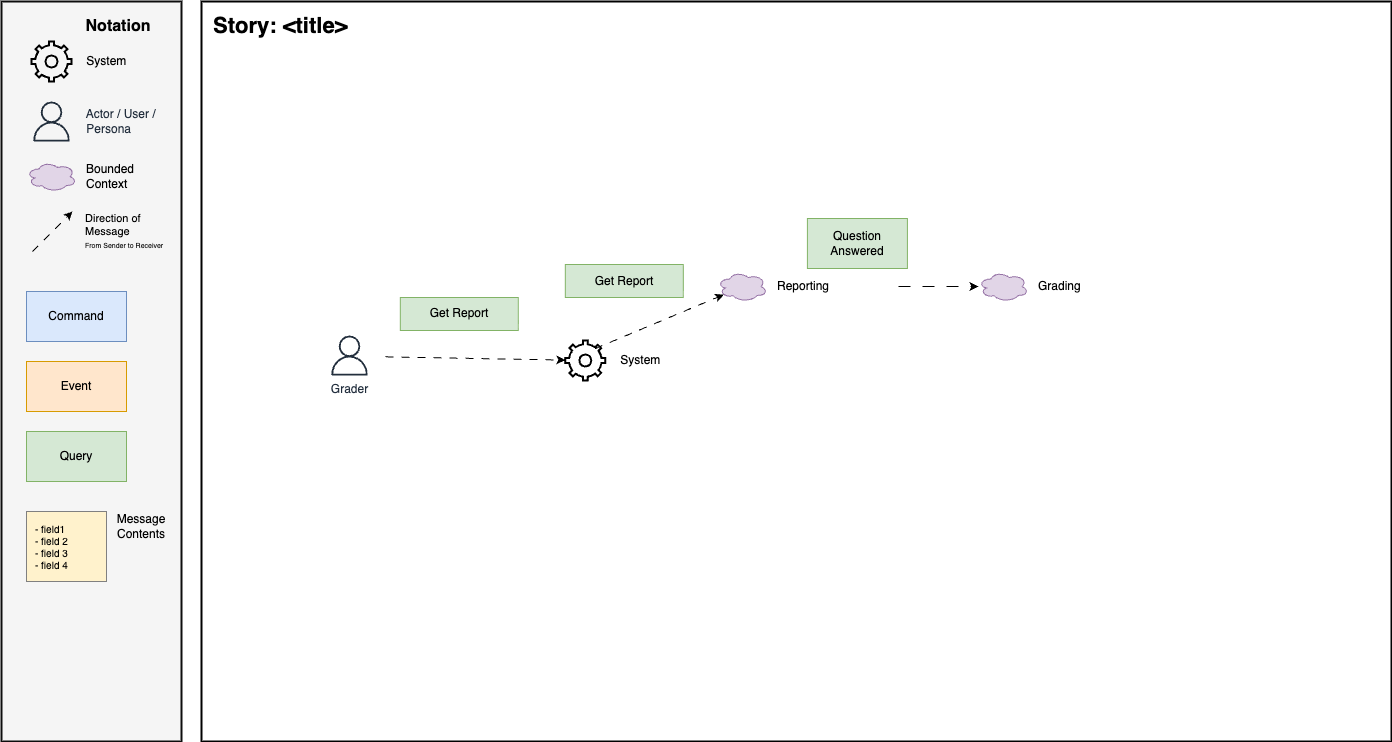
This is docs/docs/domain_modelling/_img/kata_domain_message_flows/administrator_views_report.drawio.png from cooperlutz/go-full, a draw.io export, as it was before one commit. Source tidied: cells renumbered, new cells last; positions are measured from the earlier drawing's top-left corner, leaving out a move shared by most shapes.
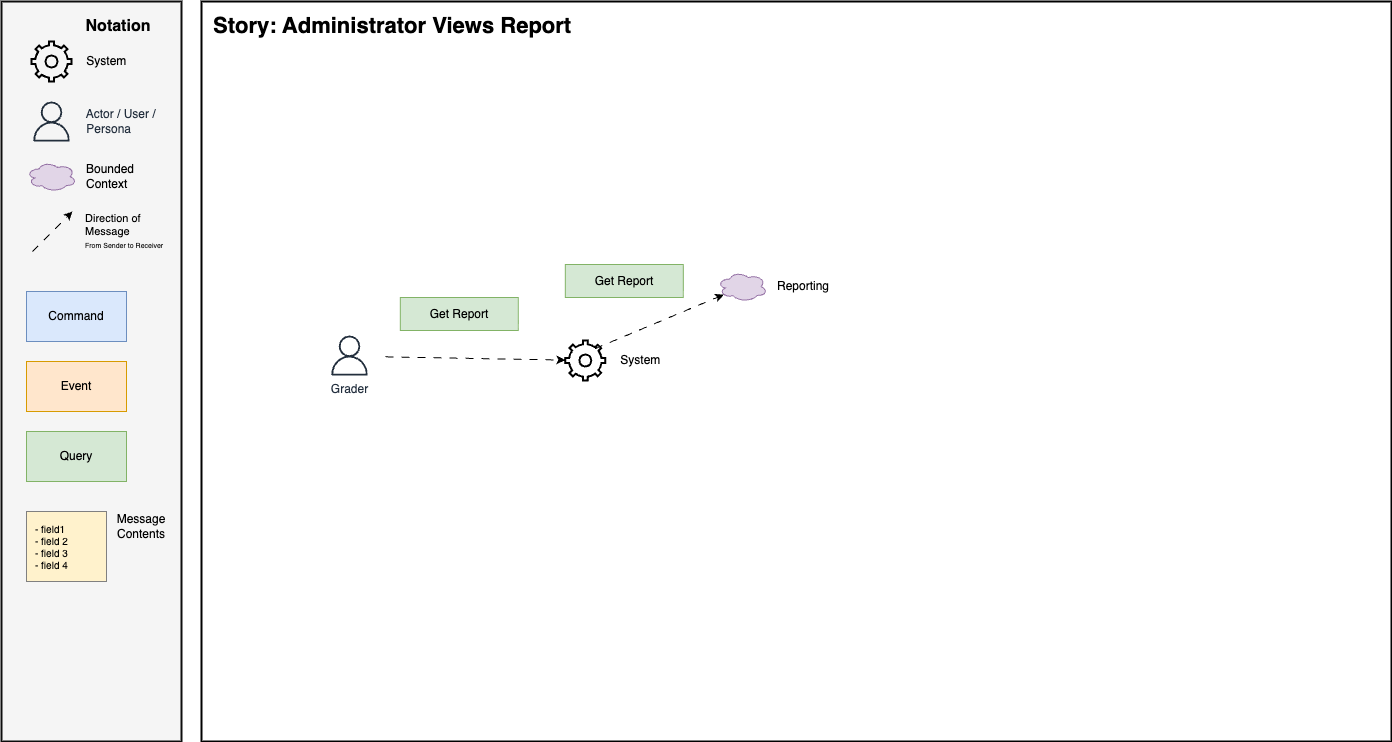
After the commit.

What changed in the source:
```diff
@@ -41,7 +41,7 @@
     <mxCell id="13" value="Message&lt;br&gt;Contents" style="text;html=1;strokeColor=none;fillColor=none;align=center;verticalAlign=middle;whiteSpace=wrap;rounded=0;" parent="1" vertex="1">
       <mxGeometry x="110" y="510" width="60" height="30" as="geometry" />
     </mxCell>
-    <mxCell id="14" value="Story: &amp;lt;title&amp;gt;" style="text;html=1;align=left;verticalAlign=middle;whiteSpace=wrap;rounded=0;fontSize=22;fontStyle=1;" parent="1" vertex="1">
+    <mxCell id="14" value="Story: Administrator Views Report" style="text;html=1;align=left;verticalAlign=middle;whiteSpace=wrap;rounded=0;fontSize=22;fontStyle=1;" parent="1" vertex="1">
       <mxGeometry x="210" y="10" width="1170" height="30" as="geometry" />
     </mxCell>
     <mxCell id="15" value="&amp;nbsp; &amp;nbsp; System" style="html=1;verticalLabelPosition=middle;align=left;labelBackgroundColor=none;verticalAlign=middle;strokeWidth=2;shadow=0;dashed=0;shape=mxgraph.ios7.icons.settings;labelPosition=right;fillColor=none;" parent="1" vertex="1">
@@ -56,11 +56,6 @@
     <mxCell id="17" value="Get Report" style="rounded=0;whiteSpace=wrap;html=1;fillColor=#d5e8d4;strokeColor=#82b366;" parent="1" vertex="1">
       <mxGeometry x="398.8" y="296" width="118" height="33" as="geometry" />
     </mxCell>
-    <mxCell id="18" style="edgeStyle=none;html=1;dashed=1;dashPattern=12 12;" parent="1" edge="1" target="22">
-      <mxGeometry relative="1" as="geometry">
-        <mxPoint x="896.9" y="285" as="sourcePoint" />
-      </mxGeometry>
-    </mxCell>
     <mxCell id="19" value="Reporting" style="ellipse;shape=cloud;whiteSpace=wrap;html=1;align=left;fillColor=#e1d5e7;strokeColor=#9673a6;labelPosition=right;verticalLabelPosition=middle;verticalAlign=middle;spacingLeft=8;" parent="1" vertex="1">
       <mxGeometry x="715.8" y="270" width="50" height="30" as="geometry" />
     </mxCell>
@@ -72,12 +67,6 @@
     <mxCell id="21" value="Get Report" style="rounded=0;whiteSpace=wrap;html=1;fillColor=#d5e8d4;strokeColor=#82b366;" parent="1" vertex="1">
       <mxGeometry x="563.8" y="263" width="118" height="33" as="geometry" />
     </mxCell>
-    <mxCell id="22" value="Grading" style="ellipse;shape=cloud;whiteSpace=wrap;html=1;align=left;fillColor=#e1d5e7;strokeColor=#9673a6;labelPosition=right;verticalLabelPosition=middle;verticalAlign=middle;spacingLeft=8;" parent="1" vertex="1">
-      <mxGeometry x="976.9" y="270" width="50" height="30" as="geometry" />
-    </mxCell>
-    <mxCell id="23" value="Question Answered" style="rounded=0;whiteSpace=wrap;html=1;fillColor=#d5e8d4;strokeColor=#82b366;" parent="1" vertex="1">
-      <mxGeometry x="805.9" y="217" width="100" height="50" as="geometry" />
-    </mxCell>
     <mxCell id="24" value="Grader" style="sketch=0;fontColor=#232F3E;gradientColor=none;fillColor=#232F3D;strokeColor=none;dashed=0;verticalLabelPosition=bottom;verticalAlign=top;align=center;html=1;fontSize=12;fontStyle=0;shape=mxgraph.aws4.user;labelPosition=center;" parent="1" vertex="1">
       <mxGeometry x="328" y="334" width="40" height="40" as="geometry" />
     </mxCell>
```
